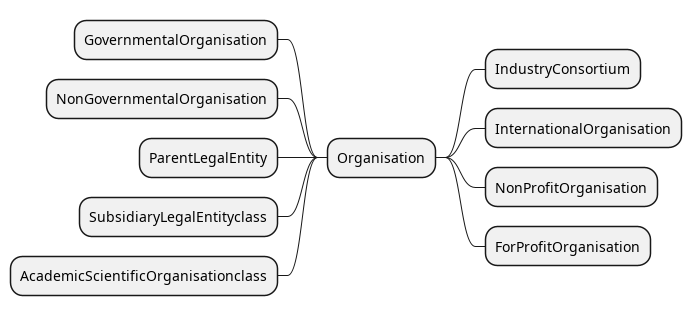
w3c/dpv keeps this PlantUML diagram as 2.2/diagrams/Entities_organisations.png. Above is the earlier version. Source of this version:
```plantuml
@startmindmap
!include style.plantuml

+ Organisation
++ IndustryConsortium
++ InternationalOrganisation
++ NonProfitOrganisation
++ ForProfitOrganisation
-- GovernmentalOrganisation
-- NonGovernmentalOrganisation
-- ParentLegalEntity
-- SubsidiaryLegalEntityclass
-- AcademicScientificOrganisationclass

@endmindmap
```
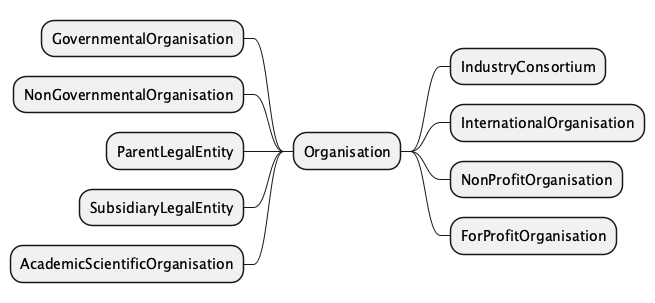
Later version of the same file.

What changed in the source:
```diff
@@ -9,7 +9,7 @@
 -- GovernmentalOrganisation
 -- NonGovernmentalOrganisation
 -- ParentLegalEntity
--- SubsidiaryLegalEntityclass
--- AcademicScientificOrganisationclass
+-- SubsidiaryLegalEntity
+-- AcademicScientificOrganisation
 
 @endmindmap
```
